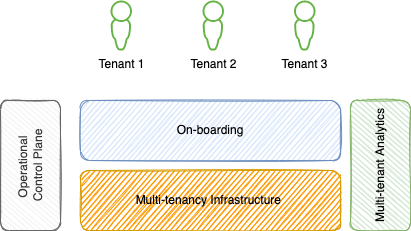
Above: docs/sa/diagrams/saas-core.drawio.png in jbcodeforce/aws-studies (draw.io), before the change. Source tidied: cells renumbered, new cells last; positions are measured from the earlier drawing's top-left corner, leaving out a move shared by most shapes. Its diagram source:
```xml
<mxGraphModel>
  <root>
    <mxCell id="0" />
    <mxCell id="1" parent="0" />
    <mxCell id="2" value="Tenant 1" style="sketch=0;shadow=0;dashed=0;html=1;strokeColor=none;labelPosition=center;verticalLabelPosition=bottom;verticalAlign=top;align=center;shape=mxgraph.vvd.administrator;fillColor=#65B245;" parent="1" vertex="1">
      <mxGeometry x="145" width="21.5" height="50" as="geometry" />
    </mxCell>
    <mxCell id="3" value="Tenant 2" style="sketch=0;shadow=0;dashed=0;html=1;strokeColor=none;labelPosition=center;verticalLabelPosition=bottom;verticalAlign=top;align=center;shape=mxgraph.vvd.administrator;fillColor=#65B245;" parent="1" vertex="1">
      <mxGeometry x="237" width="21.5" height="50" as="geometry" />
    </mxCell>
    <mxCell id="4" value="Operational &lt;br&gt;Control Plane" style="rounded=1;whiteSpace=wrap;html=1;sketch=1;fillColor=#f5f5f5;fontColor=#333333;strokeColor=#666666;rotation=-90;" parent="1" vertex="1">
      <mxGeometry y="135" width="130" height="60" as="geometry" />
    </mxCell>
    <mxCell id="5" value="On-boarding" style="rounded=1;whiteSpace=wrap;html=1;sketch=1;fillColor=#dae8fc;strokeColor=#6c8ebf;" parent="1" vertex="1">
      <mxGeometry x="115" y="100" width="260" height="60" as="geometry" />
    </mxCell>
    <mxCell id="6" value="Multi-tenancy Infrastructure&amp;nbsp;" style="rounded=1;whiteSpace=wrap;html=1;sketch=1;fillColor=#FF9900;strokeColor=#d79b00;" parent="1" vertex="1">
      <mxGeometry x="115" y="170" width="260" height="60" as="geometry" />
    </mxCell>
    <mxCell id="7" value="Multi-tenant Analytics" style="rounded=1;whiteSpace=wrap;html=1;sketch=1;fillColor=#d5e8d4;strokeColor=#82b366;rotation=-90;" parent="1" vertex="1">
      <mxGeometry x="350" y="135" width="130" height="60" as="geometry" />
    </mxCell>
    <mxCell id="8" value="Tenant 3" style="sketch=0;shadow=0;dashed=0;html=1;strokeColor=none;labelPosition=center;verticalLabelPosition=bottom;verticalAlign=top;align=center;shape=mxgraph.vvd.administrator;fillColor=#65B245;" parent="1" vertex="1">
      <mxGeometry x="328.5" width="21.5" height="50" as="geometry" />
    </mxCell>
  </root>
</mxGraphModel>
```
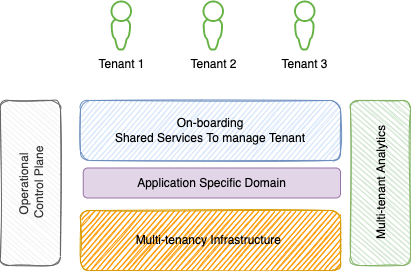
Above is the later version.

Change to the diagram source:
```diff
@@ -9,19 +9,22 @@
       <mxGeometry x="237" width="21.5" height="50" as="geometry" />
     </mxCell>
     <mxCell id="4" value="Operational &lt;br&gt;Control Plane" style="rounded=1;whiteSpace=wrap;html=1;sketch=1;fillColor=#f5f5f5;fontColor=#333333;strokeColor=#666666;rotation=-90;" parent="1" vertex="1">
-      <mxGeometry y="135" width="130" height="60" as="geometry" />
+      <mxGeometry x="-17.5" y="152.5" width="165" height="60" as="geometry" />
     </mxCell>
-    <mxCell id="5" value="On-boarding" style="rounded=1;whiteSpace=wrap;html=1;sketch=1;fillColor=#dae8fc;strokeColor=#6c8ebf;" parent="1" vertex="1">
+    <mxCell id="5" value="On-boarding&lt;br&gt;Shared Services To manage Tenant" style="rounded=1;whiteSpace=wrap;html=1;sketch=1;fillColor=#dae8fc;strokeColor=#6c8ebf;" parent="1" vertex="1">
       <mxGeometry x="115" y="100" width="260" height="60" as="geometry" />
     </mxCell>
     <mxCell id="6" value="Multi-tenancy Infrastructure&amp;nbsp;" style="rounded=1;whiteSpace=wrap;html=1;sketch=1;fillColor=#FF9900;strokeColor=#d79b00;" parent="1" vertex="1">
-      <mxGeometry x="115" y="170" width="260" height="60" as="geometry" />
+      <mxGeometry x="115" y="210" width="260" height="60" as="geometry" />
     </mxCell>
     <mxCell id="7" value="Multi-tenant Analytics" style="rounded=1;whiteSpace=wrap;html=1;sketch=1;fillColor=#d5e8d4;strokeColor=#82b366;rotation=-90;" parent="1" vertex="1">
-      <mxGeometry x="350" y="135" width="130" height="60" as="geometry" />
+      <mxGeometry x="332.5" y="152.5" width="165" height="60" as="geometry" />
     </mxCell>
     <mxCell id="8" value="Tenant 3" style="sketch=0;shadow=0;dashed=0;html=1;strokeColor=none;labelPosition=center;verticalLabelPosition=bottom;verticalAlign=top;align=center;shape=mxgraph.vvd.administrator;fillColor=#65B245;" parent="1" vertex="1">
       <mxGeometry x="328.5" width="21.5" height="50" as="geometry" />
     </mxCell>
+    <mxCell id="9" value="Application Specific Domain" style="rounded=1;whiteSpace=wrap;html=1;sketch=0;fillColor=#e1d5e7;strokeColor=#9673a6;" parent="1" vertex="1">
+      <mxGeometry x="117.8" y="167.5" width="257.2" height="30" as="geometry" />
+    </mxCell>
   </root>
 </mxGraphModel>
```
